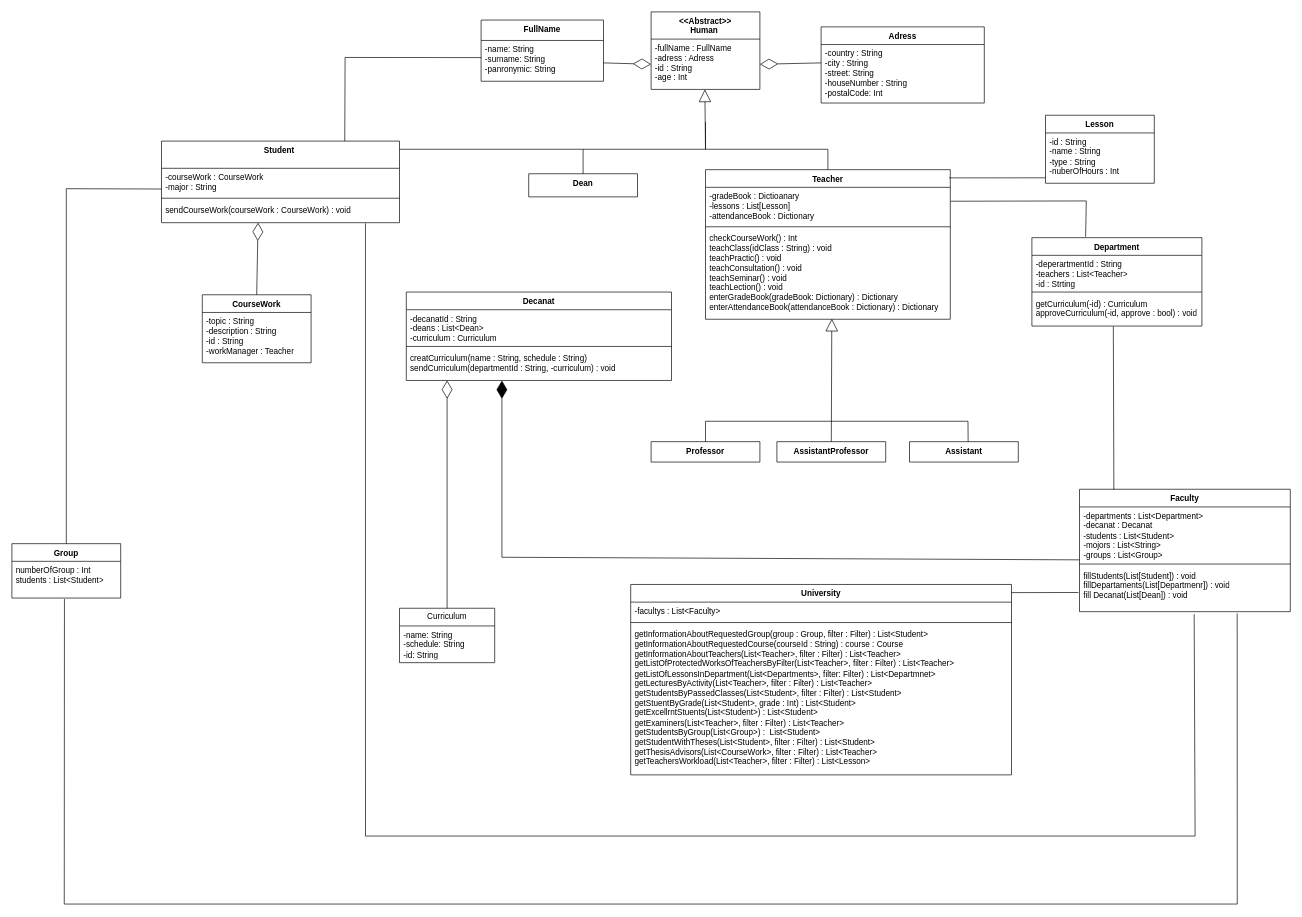
The draw.io diagram class diagram (4).drawio in playerunknow/Diagrams, before the edit. Source tidied: cells renumbered, new cells numbered last; positions are measured from the earlier drawing's top-left corner, leaving out a move shared by most shapes. Both pictures are drawn from the tidied source at 68%, with x=0, y=0 at pixel (12, 12).
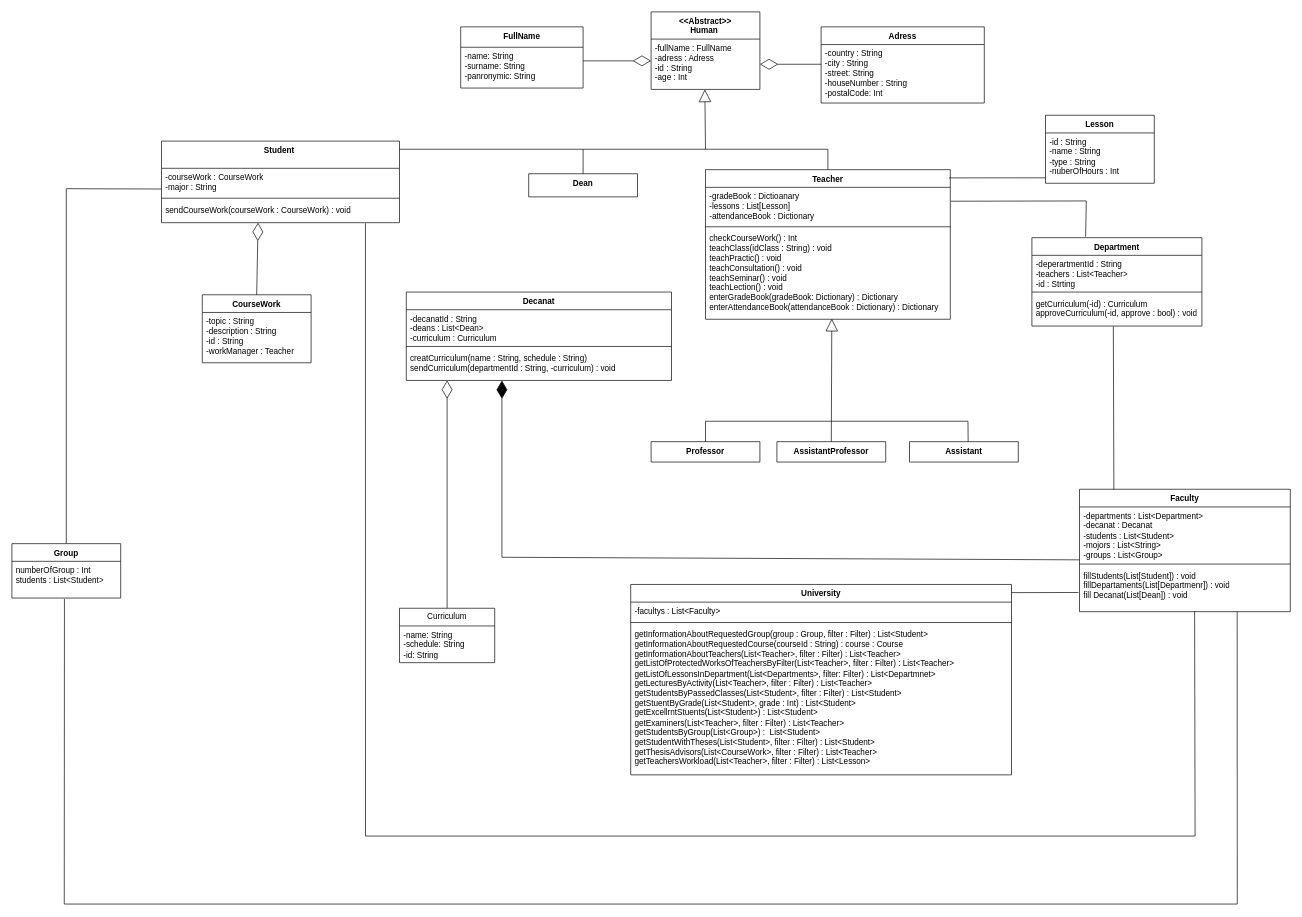
The same page after the edit.

Unchanged cells that the change refers to:
```xml
<mxCell id="3" value="-fullName : FullName&lt;br&gt;-adress : Adress&lt;br&gt;-id : String&lt;br&gt;-age : Int" style="text;strokeColor=none;fillColor=none;align=left;verticalAlign=top;spacingLeft=4;spacingRight=4;overflow=hidden;points=[[0,0.5],[1,0.5]];portConstraint=eastwest;whiteSpace=wrap;html=1;" parent="2" vertex="1">
  <mxGeometry y="40" width="160" height="74" as="geometry" />
</mxCell>
<mxCell id="6" value="-name: String&lt;br&gt;-surname: String&lt;br&gt;-panronymic: String" style="text;strokeColor=none;fillColor=none;align=left;verticalAlign=top;spacingLeft=4;spacingRight=4;overflow=hidden;points=[[0,0.5],[1,0.5]];portConstraint=eastwest;whiteSpace=wrap;html=1;" parent="5" vertex="1">
  <mxGeometry y="30" width="180" height="60" as="geometry" />
</mxCell>
<mxCell id="10" value="Student&amp;nbsp;" style="swimlane;fontStyle=1;align=center;verticalAlign=top;horizontal=1;startSize=40;whiteSpace=wrap;html=1;" parent="1" vertex="1">
  <mxGeometry x="220" y="190" width="350" height="120" as="geometry" />
</mxCell>
<mxCell id="13" value="sendCourseWork(courseWork : CourseWork) : void" style="text;strokeColor=none;fillColor=none;align=left;verticalAlign=top;spacingLeft=4;spacingRight=4;overflow=hidden;points=[[0,0.5],[1,0.5]];portConstraint=eastwest;whiteSpace=wrap;html=1;" parent="10" vertex="1">
  <mxGeometry y="88" width="350" height="32" as="geometry" />
</mxCell>
<mxCell id="31" value="Dean" style="swimlane;fontStyle=1;align=center;verticalAlign=top;horizontal=1;startSize=34;whiteSpace=wrap;html=1;" parent="1" vertex="1">
  <mxGeometry x="760" y="238" width="160" height="34" as="geometry" />
</mxCell>
<mxCell id="35" value="fillStudents(List[Student]) : void&lt;br&gt;fillDepartaments(List[Departmenr]) : void&lt;br&gt;fill Decanat(List[Dean]) : void" style="text;strokeColor=none;fillColor=none;align=left;verticalAlign=top;spacingLeft=4;spacingRight=4;overflow=hidden;points=[[0,0.5],[1,0.5]];portConstraint=eastwest;whiteSpace=wrap;html=1;" parent="32" vertex="1">
  <mxGeometry y="114" width="310" height="66" as="geometry" />
</mxCell>
<mxCell id="54" value="numberOfGroup : Int&lt;br&gt;students : List&amp;lt;Student&amp;gt;" style="text;strokeColor=none;fillColor=none;align=left;verticalAlign=top;spacingLeft=4;spacingRight=4;overflow=hidden;points=[[0,0.5],[1,0.5]];portConstraint=eastwest;whiteSpace=wrap;html=1;" parent="53" vertex="1">
  <mxGeometry y="26" width="160" height="54" as="geometry" />
</mxCell>
```

The edit, as a diff of the source:
```diff
@@
     <mxCell id="5" value="FullName" style="swimlane;fontStyle=1;align=center;verticalAlign=top;horizontal=1;startSize=30;whiteSpace=wrap;html=1;" parent="1" vertex="1">
-      <mxGeometry x="690" y="12" width="180" height="90" as="geometry" />
+      <mxGeometry x="660" y="22" width="180" height="90" as="geometry" />
     </mxCell>
@@
     <mxCell id="40" style="endArrow=diamondThin;endFill=0;endSize=24;html=1;rounded=0;entryX=1;entryY=0.5;entryDx=0;entryDy=0;" parent="1" edge="1" target="3">
       <mxGeometry relative="1" as="geometry">
-        <mxPoint x="1190" y="75" as="sourcePoint" />
+        <mxPoint x="1190" y="77" as="sourcePoint" />
       </mxGeometry>
     </mxCell>
@@
     <mxCell id="42" style="endArrow=none;html=1;rounded=0;exitX=0.5;exitY=0;exitDx=0;exitDy=0;" parent="1" edge="1" source="31">
       <mxGeometry relative="1" as="geometry">
-        <mxPoint x="1020" y="162" as="targetPoint" />
+        <mxPoint x="1020" y="202" as="targetPoint" />
         <Array as="points">
           <mxPoint x="840" y="202" />
-          <mxPoint x="1020" y="202" />
         </Array>
       </mxGeometry>
     </mxCell>
@@
-    <mxCell id="46" style="endArrow=diamondThin;endFill=0;endSize=24;html=1;rounded=0;entryX=0;entryY=0.5;entryDx=0;entryDy=0;" parent="1" edge="1" target="3">
+    <mxCell id="46" style="endArrow=diamondThin;endFill=0;endSize=24;html=1;rounded=0;" parent="1" edge="1">
       <mxGeometry relative="1" as="geometry">
-        <mxPoint x="870" y="75" as="sourcePoint" />
+        <mxPoint x="840" y="72" as="sourcePoint" />
+        <mxPoint x="940" y="72" as="targetPoint" />
       </mxGeometry>
     </mxCell>
@@
-    <mxCell id="50" style="endArrow=none;html=1;rounded=0;exitX=0.857;exitY=1.029;exitDx=0;exitDy=0;exitPerimeter=0;entryX=0.544;entryY=1.058;entryDx=0;entryDy=0;entryPerimeter=0;" parent="1" edge="1" source="13" target="35">
+    <mxCell id="50" style="endArrow=none;html=1;rounded=0;exitX=0.857;exitY=1.029;exitDx=0;exitDy=0;exitPerimeter=0;entryX=0.546;entryY=0.99;entryDx=0;entryDy=0;entryPerimeter=0;" parent="1" edge="1" source="13" target="35">
       <mxGeometry relative="1" as="geometry">
         <Array as="points">
           <mxPoint x="520" y="1212" />
           <mxPoint x="1090" y="1212" />
           <mxPoint x="1740" y="1212" />
         </Array>
       </mxGeometry>
     </mxCell>
@@
-    <mxCell id="56" style="endArrow=none;html=1;rounded=0;exitX=0.483;exitY=1.025;exitDx=0;exitDy=0;exitPerimeter=0;entryX=0.748;entryY=1.039;entryDx=0;entryDy=0;entryPerimeter=0;" parent="1" edge="1" source="54" target="35">
+    <mxCell id="56" style="endArrow=none;html=1;rounded=0;exitX=0.483;exitY=1.025;exitDx=0;exitDy=0;exitPerimeter=0;entryX=0.748;entryY=1;entryDx=0;entryDy=0;entryPerimeter=0;" parent="1" edge="1" source="54" target="35">
       <mxGeometry relative="1" as="geometry">
         <Array as="points">
           <mxPoint x="77" y="1312" />
           <mxPoint x="1802" y="1312" />
         </Array>
       </mxGeometry>
     </mxCell>
@@
-    <mxCell id="63" style="endArrow=none;html=1;rounded=0;entryX=0;entryY=0.42;entryDx=0;entryDy=0;entryPerimeter=0;exitX=0.77;exitY=0;exitDx=0;exitDy=0;exitPerimeter=0;" parent="1" edge="1" source="10" target="6">
-      <mxGeometry relative="1" as="geometry">
-        <Array as="points">
-          <mxPoint x="490" y="67" />
-        </Array>
-      </mxGeometry>
-    </mxCell>
```
